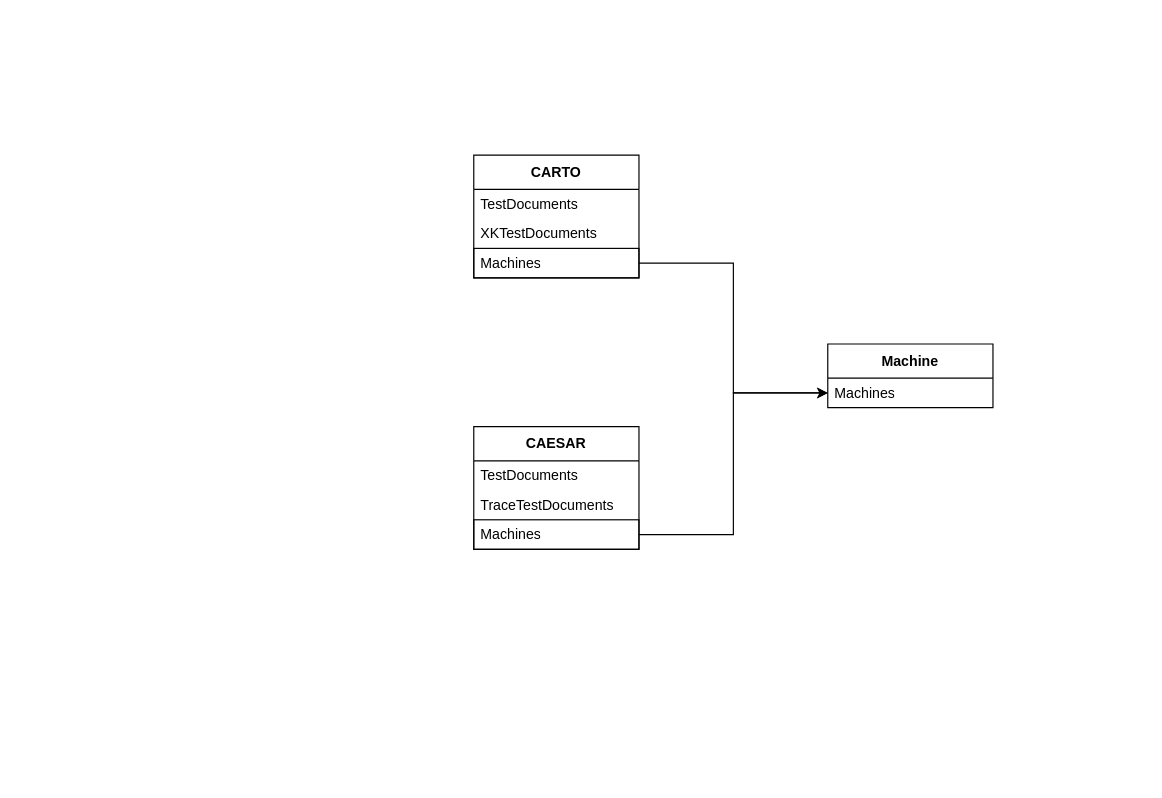
This is Caesar/DB Design.drawio from AmolSJawalkar/DrawIO, a draw.io file, before an edit. Source tidied: cells renumbered, new cells numbered last; positions are measured from the earlier drawing's top-left corner, leaving out a move shared by most shapes. Both pictures are drawn from the tidied source at 118%, with x=0, y=0 at pixel (473, 155).
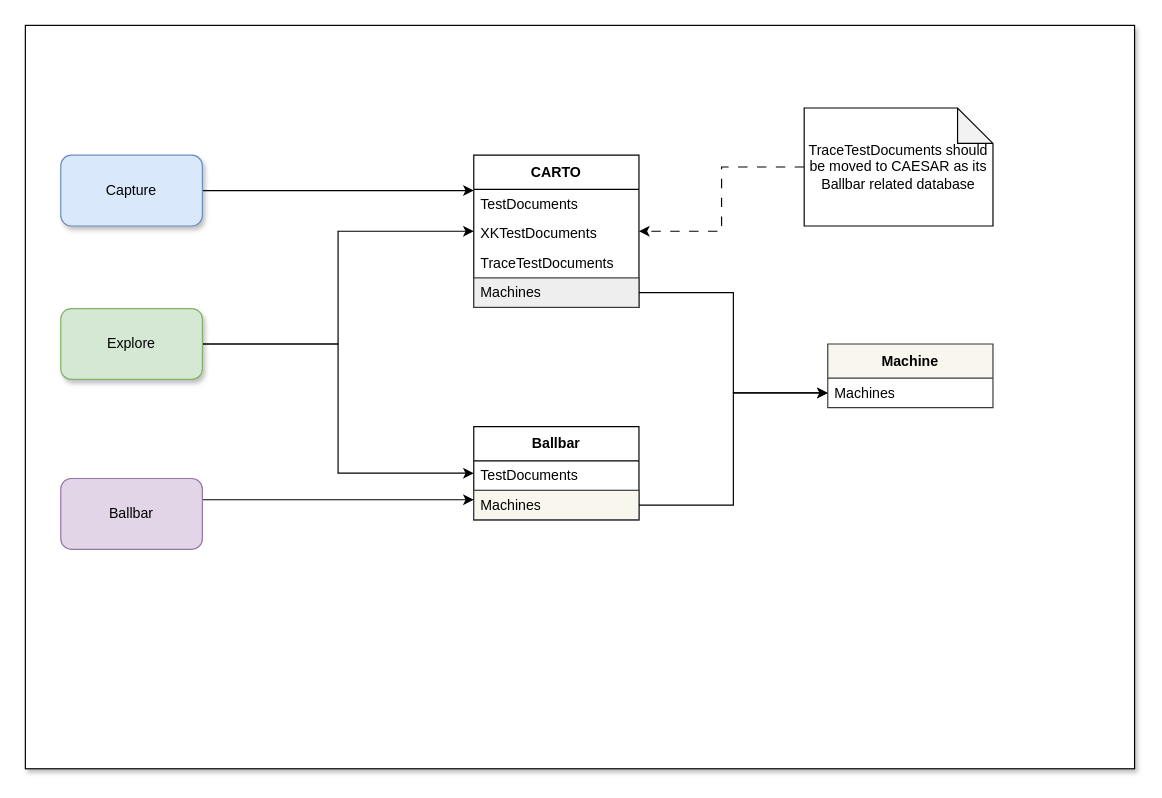
The same page after the edit.

What changed in the source:
```diff
@@
+    <mxCell id="14" style="rounded=0;whiteSpace=wrap;html=1;shadow=1;" parent="1" vertex="1">
+      <mxGeometry x="-380" y="-110" width="940" height="630" as="geometry" />
+    </mxCell>
     <mxCell id="2" value="CARTO" style="swimlane;fontStyle=1;align=center;verticalAlign=middle;horizontal=1;startSize=29;html=1;whiteSpace=wrap;" parent="1" vertex="1">
-      <mxGeometry width="140" height="104" as="geometry" />
+      <mxGeometry width="140" height="129" as="geometry" />
     </mxCell>
@@
+    <mxCell id="8" value="TraceTestDocuments" style="text;html=1;strokeColor=none;fillColor=none;align=left;verticalAlign=middle;spacingLeft=4;spacingRight=4;overflow=hidden;whiteSpace=wrap;" parent="2" vertex="1">
+      <mxGeometry y="79" width="140" height="25" as="geometry" />
+    </mxCell>
-    <mxCell id="5" value="Machines" style="text;html=1;strokeColor=default;fillColor=none;align=left;verticalAlign=middle;spacingLeft=4;spacingRight=4;overflow=hidden;points=[[0,0.5],[1,0.5]];portConstraint=eastwest;whiteSpace=wrap;rounded=0;" parent="2" vertex="1">
-      <mxGeometry y="79" width="140" height="25" as="geometry" />
+    <mxCell id="5" value="Machines" style="text;html=1;strokeColor=#36393d;fillColor=#eeeeee;align=left;verticalAlign=middle;spacingLeft=4;spacingRight=4;overflow=hidden;points=[[0,0.5],[1,0.5]];portConstraint=eastwest;whiteSpace=wrap;rounded=0;" parent="2" vertex="1">
+      <mxGeometry y="104" width="140" height="25" as="geometry" />
     </mxCell>
-    <mxCell id="6" value="CAESAR" style="swimlane;fontStyle=1;align=center;verticalAlign=middle;horizontal=1;startSize=29;html=1;whiteSpace=wrap;" parent="1" vertex="1">
-      <mxGeometry y="230" width="140" height="104" as="geometry" />
+    <mxCell id="6" value="Ballbar" style="swimlane;fontStyle=1;align=center;verticalAlign=middle;horizontal=1;startSize=29;html=1;whiteSpace=wrap;" parent="1" vertex="1">
+      <mxGeometry y="230" width="140" height="79" as="geometry" />
     </mxCell>
@@
-    <mxCell id="8" value="TraceTestDocuments" style="text;html=1;strokeColor=none;fillColor=none;align=left;verticalAlign=middle;spacingLeft=4;spacingRight=4;overflow=hidden;whiteSpace=wrap;" parent="6" vertex="1">
-      <mxGeometry y="54" width="140" height="25" as="geometry" />
-    </mxCell>
-    <mxCell id="9" value="Machines" style="text;html=1;strokeColor=default;fillColor=none;align=left;verticalAlign=middle;spacingLeft=4;spacingRight=4;overflow=hidden;points=[[0,0.5],[1,0.5]];portConstraint=eastwest;whiteSpace=wrap;" parent="6" vertex="1">
-      <mxGeometry y="79" width="140" height="25" as="geometry" />
+    <mxCell id="9" value="Machines" style="text;html=1;strokeColor=#36393d;fillColor=#f9f7ed;align=left;verticalAlign=middle;spacingLeft=4;spacingRight=4;overflow=hidden;points=[[0,0.5],[1,0.5]];portConstraint=eastwest;whiteSpace=wrap;" parent="6" vertex="1">
+      <mxGeometry y="54" width="140" height="25" as="geometry" />
     </mxCell>
-    <mxCell id="10" value="Machine" style="swimlane;fontStyle=1;align=center;verticalAlign=middle;horizontal=1;startSize=29;html=1;whiteSpace=wrap;" parent="1" vertex="1">
+    <mxCell id="10" value="Machine" style="swimlane;fontStyle=1;align=center;verticalAlign=middle;horizontal=1;startSize=29;html=1;whiteSpace=wrap;fillColor=#f9f7ed;strokeColor=#36393d;" parent="1" vertex="1">
       <mxGeometry x="300" y="160" width="140" height="54" as="geometry" />
     </mxCell>
@@
+    <mxCell id="15" style="edgeStyle=elbowEdgeStyle;rounded=0;jettySize=auto;html=1;elbow=vertical;" parent="1" edge="1" source="16" target="2">
+      <mxGeometry relative="1" as="geometry" />
+    </mxCell>
+    <mxCell id="16" value="Capture" style="rounded=1;whiteSpace=wrap;html=1;fillColor=#dae8fc;strokeColor=#6c8ebf;shadow=1;" parent="1" vertex="1">
+      <mxGeometry x="-350" width="120" height="60" as="geometry" />
+    </mxCell>
+    <mxCell id="17" style="edgeStyle=elbowEdgeStyle;rounded=0;jettySize=auto;html=1;" parent="1" edge="1" source="19" target="2">
+      <mxGeometry relative="1" as="geometry" />
+    </mxCell>
+    <mxCell id="18" style="edgeStyle=elbowEdgeStyle;rounded=0;jettySize=auto;html=1;" parent="1" edge="1" source="19" target="6">
+      <mxGeometry relative="1" as="geometry" />
+    </mxCell>
+    <mxCell id="19" value="Explore" style="rounded=1;whiteSpace=wrap;html=1;fillColor=#d5e8d4;strokeColor=#82b366;shadow=1;" parent="1" vertex="1">
+      <mxGeometry x="-350" y="130" width="120" height="60" as="geometry" />
+    </mxCell>
+    <mxCell id="20" style="edgeStyle=elbowEdgeStyle;rounded=0;jettySize=auto;html=1;elbow=vertical;" parent="1" edge="1" source="21" target="6">
+      <mxGeometry relative="1" as="geometry" />
+    </mxCell>
+    <mxCell id="21" value="Ballbar" style="rounded=1;whiteSpace=wrap;html=1;fillColor=#e1d5e7;strokeColor=#9673a6;" parent="1" vertex="1">
+      <mxGeometry x="-350" y="274" width="120" height="60" as="geometry" />
+    </mxCell>
+    <mxCell id="22" style="edgeStyle=orthogonalEdgeStyle;rounded=0;jettySize=auto;html=1;dashed=1;dashPattern=8 8;" parent="1" edge="1" source="23" target="2">
+      <mxGeometry relative="1" as="geometry" />
+    </mxCell>
+    <mxCell id="23" value="&lt;span style=&quot;text-align: left;&quot;&gt;TraceTestDocuments should be moved to CAESAR as its Ballbar related database&lt;/span&gt;" style="shape=note;whiteSpace=wrap;html=1;backgroundOutline=1;darkOpacity=0.05;" parent="1" vertex="1">
+      <mxGeometry x="280" y="-40" width="160" height="100" as="geometry" />
+    </mxCell>
```
